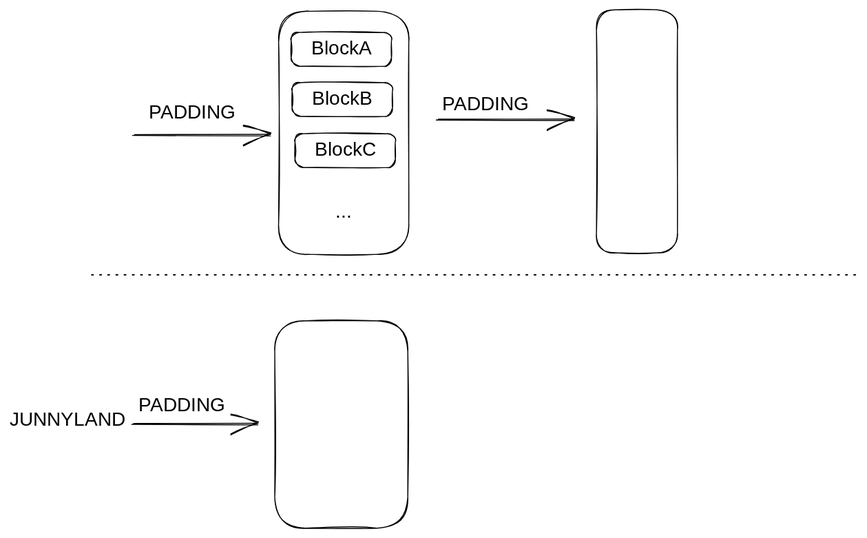
This is .gitbook/assets/file.excalidraw (19).svg from Junnyjun/junlog, a Excalidraw export, as it was before one commit. Source tidied: one line per element, renumbered; positions are measured from the earlier drawing's top-left corner, leaving out a move shared by most shapes. The source it was exported from:
```json
{"id": 0, "type": "rectangle", "strokeColor": "#000000", "strokeWidth": 1, "roughness": 1, "round": true, "x": 279, "y": 1, "width": 135, "height": 252}
{"id": 1, "type": "text", "text": "PADDING", "strokeColor": "#000000", "strokeWidth": 1, "roughness": 1, "fontSize": 20, "fontFamily": 1, "x": 144, "y": 94, "width": 97, "height": 25}
{"id": 2, "type": "rectangle", "strokeColor": "#000000", "strokeWidth": 1, "roughness": 1, "round": true, "x": 609, "y": 0, "width": 84, "height": 252}
{"id": 3, "type": "arrow", "strokeColor": "#000000", "strokeWidth": 1, "roughness": 1, "endArrowhead": "arrow", "round": true, "from": 0, "to": 2, "x": 443, "y": 114, "width": 142, "height": 0, "points": [[0, 0], [142, 0]]}
{"id": 4, "type": "text", "text": "PADDING", "strokeColor": "#000000", "strokeWidth": 1, "roughness": 1, "fontSize": 20, "fontFamily": 1, "x": 449, "y": 86, "width": 97, "height": 25}
{"id": 5, "type": "rectangle", "strokeColor": "#000000", "strokeWidth": 1, "roughness": 1, "round": true, "x": 292, "y": 24, "width": 104, "height": 35}
{"id": 6, "type": "text", "text": "BlockA", "strokeColor": "#000000", "strokeWidth": 1, "roughness": 1, "fontSize": 20, "fontFamily": 1, "textAlign": "center", "verticalAlign": "middle", "inside": 5, "x": 312, "y": 29, "width": 64, "height": 25}
{"id": 7, "type": "rectangle", "strokeColor": "#000000", "strokeWidth": 1, "roughness": 1, "round": true, "x": 293, "y": 76, "width": 104, "height": 35}
{"id": 8, "type": "text", "text": "BlockB", "strokeColor": "#000000", "strokeWidth": 1, "roughness": 1, "fontSize": 20, "fontFamily": 1, "textAlign": "center", "verticalAlign": "middle", "inside": 7, "x": 312, "y": 80, "width": 65, "height": 25}
{"id": 9, "type": "rectangle", "strokeColor": "#000000", "strokeWidth": 1, "roughness": 1, "round": true, "x": 296, "y": 129, "width": 104, "height": 35}
{"id": 10, "type": "text", "text": "BlockC", "strokeColor": "#000000", "strokeWidth": 1, "roughness": 1, "fontSize": 20, "fontFamily": 1, "textAlign": "center", "verticalAlign": "middle", "inside": 9, "x": 316, "y": 134, "width": 64, "height": 25}
{"id": 11, "type": "text", "text": "...", "strokeColor": "#000000", "strokeWidth": 1, "roughness": 1, "fontSize": 20, "fontFamily": 1, "x": 338, "y": 198, "width": 16, "height": 25}
{"id": 12, "type": "line", "strokeColor": "#000000", "strokeWidth": 1, "strokeStyle": "dotted", "roughness": 1, "round": true, "x": 86, "y": 276, "width": 793, "height": 0, "points": [[0, 0], [793, 0]]}
{"id": 13, "type": "text", "text": "JUNNYLAND", "strokeColor": "#000000", "strokeWidth": 1, "strokeStyle": "dotted", "roughness": 1, "fontSize": 20, "fontFamily": 1, "x": 0, "y": 414, "width": 117, "height": 25}
{"id": 14, "type": "arrow", "strokeColor": "#000000", "strokeWidth": 1, "roughness": 1, "endArrowhead": "arrow", "round": true, "to": 0, "x": 128, "y": 130, "width": 142, "height": 0, "points": [[0, 0], [142, 0]]}
{"id": 15, "type": "arrow", "strokeColor": "#000000", "strokeWidth": 1, "roughness": 1, "endArrowhead": "arrow", "round": true, "from": 16, "to": 17, "x": 127, "y": 430, "width": 130, "height": 0, "points": [[0, 0], [130, 0]]}
{"id": 16, "type": "text", "text": "PADDING", "strokeColor": "#000000", "strokeWidth": 1, "roughness": 1, "fontSize": 20, "fontFamily": 1, "x": 133, "y": 399, "width": 97, "height": 25}
{"id": 17, "type": "rectangle", "strokeColor": "#000000", "strokeWidth": 1, "roughness": 1, "round": true, "x": 275, "y": 323, "width": 138, "height": 215}
```
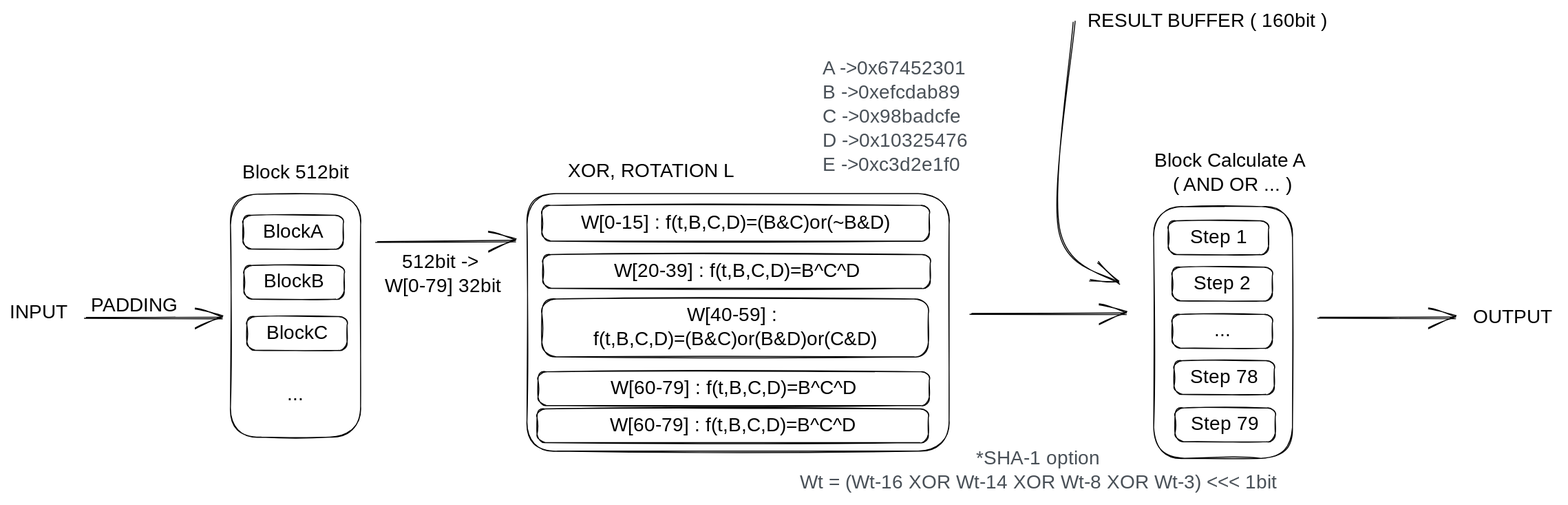
After the change.

What changed in the source:
```diff
@@ -1,8 +1,8 @@
 {"id": 0, "type": "rectangle", "strokeColor": "#000000", "strokeWidth": 1, "roughness": 1, "round": true, "x": 279, "y": 1, "width": 135, "height": 252}
-{"id": 1, "type": "text", "text": "PADDING", "strokeColor": "#000000", "strokeWidth": 1, "roughness": 1, "fontSize": 20, "fontFamily": 1, "x": 144, "y": 94, "width": 97, "height": 25}
+{"id": 1, "type": "text", "text": "PADDING", "strokeColor": "#000000", "strokeWidth": 1, "roughness": 1, "fontSize": 20, "fontFamily": 1, "x": 134, "y": 106, "width": 97, "height": 25}
-{"id": 2, "type": "rectangle", "strokeColor": "#000000", "strokeWidth": 1, "roughness": 1, "round": true, "x": 609, "y": 0, "width": 84, "height": 252}
+{"id": 2, "type": "rectangle", "strokeColor": "#000000", "strokeWidth": 1, "roughness": 1, "round": true, "x": 587, "y": 1, "width": 438, "height": 267}
-{"id": 3, "type": "arrow", "strokeColor": "#000000", "strokeWidth": 1, "roughness": 1, "endArrowhead": "arrow", "round": true, "from": 0, "to": 2, "x": 443, "y": 114, "width": 142, "height": 0, "points": [[0, 0], [142, 0]]}
+{"id": 3, "type": "arrow", "strokeColor": "#000000", "strokeWidth": 1, "roughness": 1, "endArrowhead": "arrow", "round": true, "from": 4, "to": 2, "x": 430, "y": 51, "width": 144, "height": 1, "points": [[0, 0], [144, -1]]}
-{"id": 4, "type": "text", "text": "PADDING", "strokeColor": "#000000", "strokeWidth": 1, "roughness": 1, "fontSize": 20, "fontFamily": 1, "x": 449, "y": 86, "width": 97, "height": 25}
+{"id": 4, "type": "text", "text": "512bit -> \nW[0-79] 32bit", "strokeColor": "#000000", "strokeWidth": 1, "roughness": 1, "fontSize": 20, "fontFamily": 1, "textAlign": "center", "x": 428, "y": 60, "width": 143, "height": 50}
 {"id": 5, "type": "rectangle", "strokeColor": "#000000", "strokeWidth": 1, "roughness": 1, "round": true, "x": 292, "y": 24, "width": 104, "height": 35}
 {"id": 6, "type": "text", "text": "BlockA", "strokeColor": "#000000", "strokeWidth": 1, "roughness": 1, "fontSize": 20, "fontFamily": 1, "textAlign": "center", "verticalAlign": "middle", "inside": 5, "x": 312, "y": 29, "width": 64, "height": 25}
 {"id": 7, "type": "rectangle", "strokeColor": "#000000", "strokeWidth": 1, "roughness": 1, "round": true, "x": 293, "y": 76, "width": 104, "height": 35}
@@ -10,9 +10,36 @@
 {"id": 9, "type": "rectangle", "strokeColor": "#000000", "strokeWidth": 1, "roughness": 1, "round": true, "x": 296, "y": 129, "width": 104, "height": 35}
 {"id": 10, "type": "text", "text": "BlockC", "strokeColor": "#000000", "strokeWidth": 1, "roughness": 1, "fontSize": 20, "fontFamily": 1, "textAlign": "center", "verticalAlign": "middle", "inside": 9, "x": 316, "y": 134, "width": 64, "height": 25}
 {"id": 11, "type": "text", "text": "...", "strokeColor": "#000000", "strokeWidth": 1, "roughness": 1, "fontSize": 20, "fontFamily": 1, "x": 338, "y": 198, "width": 16, "height": 25}
-{"id": 12, "type": "line", "strokeColor": "#000000", "strokeWidth": 1, "strokeStyle": "dotted", "roughness": 1, "round": true, "x": 86, "y": 276, "width": 793, "height": 0, "points": [[0, 0], [793, 0]]}
-{"id": 13, "type": "text", "text": "JUNNYLAND", "strokeColor": "#000000", "strokeWidth": 1, "strokeStyle": "dotted", "roughness": 1, "fontSize": 20, "fontFamily": 1, "x": 0, "y": 414, "width": 117, "height": 25}
-{"id": 14, "type": "arrow", "strokeColor": "#000000", "strokeWidth": 1, "roughness": 1, "endArrowhead": "arrow", "round": true, "to": 0, "x": 128, "y": 130, "width": 142, "height": 0, "points": [[0, 0], [142, 0]]}
+{"id": 14, "type": "arrow", "strokeColor": "#000000", "strokeWidth": 1, "roughness": 1, "endArrowhead": "arrow", "round": true, "from": 1, "to": 0, "x": 128, "y": 130, "width": 142, "height": 0, "points": [[0, 0], [142, 0]]}
-{"id": 15, "type": "arrow", "strokeColor": "#000000", "strokeWidth": 1, "roughness": 1, "endArrowhead": "arrow", "round": true, "from": 16, "to": 17, "x": 127, "y": 430, "width": 130, "height": 0, "points": [[0, 0], [130, 0]]}
-{"id": 16, "type": "text", "text": "PADDING", "strokeColor": "#000000", "strokeWidth": 1, "roughness": 1, "fontSize": 20, "fontFamily": 1, "x": 133, "y": 399, "width": 97, "height": 25}
-{"id": 17, "type": "rectangle", "strokeColor": "#000000", "strokeWidth": 1, "roughness": 1, "round": true, "x": 275, "y": 323, "width": 138, "height": 215}
+{"id": 17, "type": "rectangle", "strokeColor": "#000000", "strokeWidth": 1, "roughness": 1, "round": true, "x": 1237, "y": 15, "width": 144, "height": 261}
+{"id": 18, "type": "text", "text": "INPUT", "strokeColor": "#000000", "strokeWidth": 1, "strokeStyle": "dotted", "roughness": 1, "fontSize": 20, "fontFamily": 1, "x": 50, "y": 112, "width": 67, "height": 25}
+{"id": 19, "type": "text", "text": "Block 512bit", "strokeColor": "#000000", "strokeWidth": 1, "roughness": 1, "fontSize": 20, "fontFamily": 1, "x": 291, "y": -33, "width": 119, "height": 25}
+{"id": 20, "type": "rectangle", "strokeColor": "#000000", "strokeWidth": 1, "roughness": 1, "round": true, "x": 602, "y": 13, "width": 402, "height": 37}
+{"id": 21, "type": "text", "text": "W[0-15] : f(t,B,C,D)=(B&C)or(~B&D)", "strokeColor": "#000000", "strokeWidth": 1, "roughness": 1, "fontSize": 20, "fontFamily": 1, "textAlign": "center", "verticalAlign": "middle", "inside": 20, "x": 624, "y": 19, "width": 359, "height": 25}
+{"id": 22, "type": "text", "text": "XOR, ROTATION L", "strokeColor": "#000000", "strokeWidth": 1, "roughness": 1, "fontSize": 20, "fontFamily": 1, "x": 629, "y": -34, "width": 189, "height": 25}
+{"id": 23, "type": "rectangle", "strokeColor": "#000000", "strokeWidth": 1, "roughness": 1, "round": true, "x": 598, "y": 186, "width": 406, "height": 35}
+{"id": 24, "type": "text", "text": "W[60-79] : f(t,B,C,D)=B^C^D", "strokeColor": "#000000", "strokeWidth": 1, "roughness": 1, "fontSize": 20, "fontFamily": 1, "textAlign": "center", "verticalAlign": "middle", "inside": 23, "x": 657, "y": 191, "width": 289, "height": 25}
+{"id": 25, "type": "text", "text": "Block Calculate A \n( AND OR ... )", "strokeColor": "#000000", "strokeWidth": 1, "roughness": 1, "fontSize": 20, "fontFamily": 1, "textAlign": "center", "x": 1225, "y": -45, "width": 187, "height": 50}
+{"id": 26, "type": "rectangle", "strokeColor": "#000000", "strokeWidth": 1, "roughness": 1, "round": true, "x": 1256, "y": 77, "width": 104, "height": 35}
+{"id": 27, "type": "text", "text": "Step 2", "strokeColor": "#000000", "strokeWidth": 1, "roughness": 1, "fontSize": 20, "fontFamily": 1, "textAlign": "center", "verticalAlign": "middle", "inside": 26, "x": 1274, "y": 82, "width": 68, "height": 25}
+{"id": 28, "type": "rectangle", "strokeColor": "#000000", "strokeWidth": 1, "roughness": 1, "round": true, "x": 1252, "y": 29, "width": 104, "height": 35}
+{"id": 29, "type": "text", "text": "Step 1", "strokeColor": "#000000", "strokeWidth": 1, "roughness": 1, "fontSize": 20, "fontFamily": 1, "textAlign": "center", "verticalAlign": "middle", "inside": 28, "x": 1274, "y": 34, "width": 60, "height": 25}
+{"id": 30, "type": "rectangle", "strokeColor": "#000000", "strokeWidth": 1, "roughness": 1, "round": true, "x": 1256, "y": 126, "width": 104, "height": 35}
+{"id": 31, "type": "text", "text": "...", "strokeColor": "#000000", "strokeWidth": 1, "roughness": 1, "fontSize": 20, "fontFamily": 1, "textAlign": "center", "verticalAlign": "middle", "inside": 30, "x": 1300, "y": 131, "width": 16, "height": 25}
+{"id": 32, "type": "rectangle", "strokeColor": "#000000", "strokeWidth": 1, "roughness": 1, "round": true, "x": 1258, "y": 174, "width": 104, "height": 35}
+{"id": 33, "type": "text", "text": "Step 78", "strokeColor": "#000000", "strokeWidth": 1, "roughness": 1, "fontSize": 20, "fontFamily": 1, "textAlign": "center", "verticalAlign": "middle", "inside": 32, "x": 1270, "y": 179, "width": 80, "height": 25}
+{"id": 34, "type": "rectangle", "strokeColor": "#000000", "strokeWidth": 1, "roughness": 1, "round": true, "x": 1259, "y": 223, "width": 104, "height": 35}
+{"id": 35, "type": "text", "text": "Step 79", "strokeColor": "#000000", "strokeWidth": 1, "roughness": 1, "fontSize": 20, "fontFamily": 1, "textAlign": "center", "verticalAlign": "middle", "inside": 34, "x": 1273, "y": 228, "width": 77, "height": 25}
+{"id": 36, "type": "text", "text": "A ->0x67452301\nB ->0xefcdab89\nC ->0x98badcfe\nD ->0x10325476\nE ->0xc3d2e1f0", "strokeColor": "#495057", "strokeWidth": 1, "roughness": 1, "fontSize": 20, "fontFamily": 1, "x": 893, "y": -141, "width": 164, "height": 125}
+{"id": 37, "type": "rectangle", "strokeColor": "#000000", "strokeWidth": 1, "roughness": 1, "round": true, "x": 603, "y": 64, "width": 402, "height": 35}
+{"id": 38, "type": "text", "text": "W[20-39] : f(t,B,C,D)=B^C^D", "strokeColor": "#000000", "strokeWidth": 1, "roughness": 1, "fontSize": 20, "fontFamily": 1, "textAlign": "center", "verticalAlign": "middle", "inside": 37, "x": 658, "y": 69, "width": 293, "height": 25}
+{"id": 39, "type": "rectangle", "strokeColor": "#000000", "strokeWidth": 1, "roughness": 1, "round": true, "x": 602, "y": 110, "width": 401, "height": 60}
+{"id": 40, "type": "text", "text": "W[40-59] : \nf(t,B,C,D)=(B&C)or(B&D)or(C&D)", "strokeColor": "#000000", "strokeWidth": 1, "roughness": 1, "fontSize": 20, "fontFamily": 1, "textAlign": "center", "verticalAlign": "middle", "inside": 39, "x": 642, "y": 115, "width": 321, "height": 50}
+{"id": 41, "type": "rectangle", "strokeColor": "#000000", "strokeWidth": 1, "roughness": 1, "round": true, "x": 597, "y": 224, "width": 406, "height": 35}
+{"id": 42, "type": "text", "text": "W[60-79] : f(t,B,C,D)=B^C^D", "strokeColor": "#000000", "strokeWidth": 1, "roughness": 1, "fontSize": 20, "fontFamily": 1, "textAlign": "center", "verticalAlign": "middle", "inside": 41, "x": 656, "y": 229, "width": 289, "height": 25}
+{"id": 43, "type": "text", "text": "*SHA-1 option\nWt = (Wt-16 XOR Wt-14 XOR Wt-8 XOR Wt-3) <<< 1bit", "strokeColor": "#495057", "strokeWidth": 1, "roughness": 1, "fontSize": 20, "fontFamily": 1, "textAlign": "center", "x": 845, "y": 264, "width": 544, "height": 50}
+{"id": 44, "type": "text", "text": "OUTPUT", "strokeColor": "#000000", "strokeWidth": 1, "strokeStyle": "dotted", "roughness": 1, "fontSize": 20, "fontFamily": 1, "x": 1568, "y": 117, "width": 88, "height": 25}
+{"id": 45, "type": "arrow", "strokeColor": "#000000", "strokeWidth": 1, "roughness": 1, "endArrowhead": "arrow", "round": true, "from": 2, "to": 17, "x": 1047, "y": 126, "width": 161, "height": 0, "points": [[0, 0], [161, 0]]}
+{"id": 46, "type": "arrow", "strokeColor": "#000000", "strokeWidth": 1, "roughness": 1, "endArrowhead": "arrow", "round": true, "from": 47, "x": 1154, "y": -177, "width": 62, "height": 271, "points": [[0, 0], [-14, 214], [48, 271]]}
+{"id": 47, "type": "text", "text": "RESULT BUFFER ( 160bit )", "strokeColor": "#000000", "strokeWidth": 1, "roughness": 1, "fontSize": 20, "fontFamily": 1, "x": 1168, "y": -190, "width": 273, "height": 25}
+{"id": 48, "type": "arrow", "strokeColor": "#000000", "strokeWidth": 1, "roughness": 1, "endArrowhead": "arrow", "round": true, "from": 17, "x": 1408, "y": 130, "width": 142, "height": 0, "points": [[0, 0], [142, 0]]}
```
